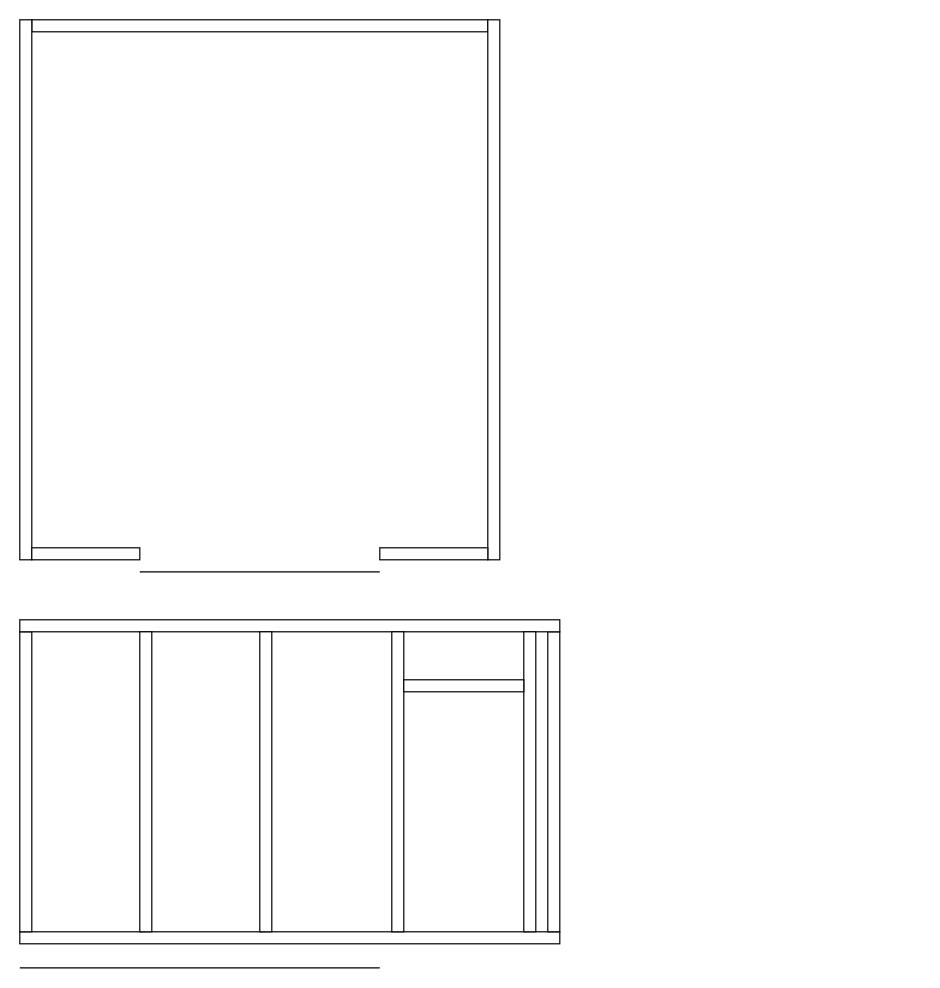
Earlier version of the draw.io diagram Garage_01.drawio (joschinger-github/garage). Source tidied: cells renumbered, new cells numbered last; positions are measured from the earlier drawing's top-left corner, leaving out a move shared by most shapes. Both pictures are drawn from the tidied source at 120%, with x=0, y=0 at pixel (19, 19).
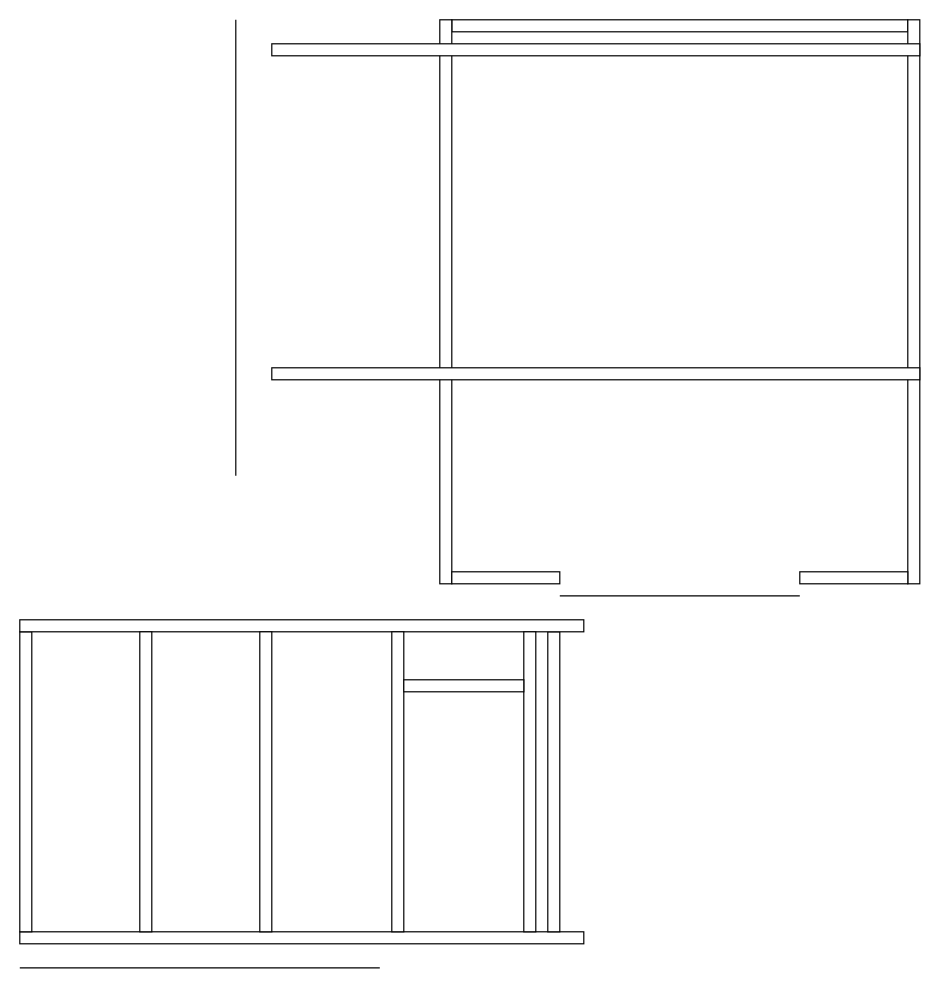
The same page after the edit.

What changed in the source:
```diff
@@
     <mxCell id="2" style="rounded=0;whiteSpace=wrap;html=1;" parent="1" vertex="1">
-      <mxGeometry x="10" width="380" height="10" as="geometry" />
+      <mxGeometry x="360" width="380" height="10" as="geometry" />
     </mxCell>
     <mxCell id="3" style="rounded=0;whiteSpace=wrap;html=1;" parent="1" vertex="1">
-      <mxGeometry width="10" height="450" as="geometry" />
+      <mxGeometry x="350" width="10" height="470" as="geometry" />
     </mxCell>
     <mxCell id="4" style="rounded=0;whiteSpace=wrap;html=1;" parent="1" vertex="1">
-      <mxGeometry x="390" width="10" height="450" as="geometry" />
+      <mxGeometry x="740" width="10" height="470" as="geometry" />
     </mxCell>
     <mxCell id="5" style="rounded=0;whiteSpace=wrap;html=1;" parent="1" vertex="1">
-      <mxGeometry x="10" y="440" width="90" height="10" as="geometry" />
+      <mxGeometry x="360" y="460" width="90" height="10" as="geometry" />
     </mxCell>
     <mxCell id="6" style="rounded=0;whiteSpace=wrap;html=1;" parent="1" vertex="1">
-      <mxGeometry x="300" y="440" width="90" height="10" as="geometry" />
+      <mxGeometry x="650" y="460" width="90" height="10" as="geometry" />
     </mxCell>
     <mxCell id="7" style="rounded=0;whiteSpace=wrap;html=1;" parent="1" vertex="1">
-      <mxGeometry y="760" width="450" height="10" as="geometry" />
+      <mxGeometry y="760" width="470" height="10" as="geometry" />
     </mxCell>
@@
     <mxCell id="10" style="rounded=0;whiteSpace=wrap;html=1;" parent="1" vertex="1">
-      <mxGeometry y="500" width="450" height="10" as="geometry" />
+      <mxGeometry y="500" width="470" height="10" as="geometry" />
     </mxCell>
@@
     <mxCell id="17" style="endArrow=none;html=1;rounded=0;" parent="1" edge="1">
       <mxGeometry relative="1" as="geometry">
-        <mxPoint x="100" y="460" as="sourcePoint" />
-        <mxPoint x="300" y="460" as="targetPoint" />
+        <mxPoint x="450" y="480" as="sourcePoint" />
+        <mxPoint x="650" y="480" as="targetPoint" />
       </mxGeometry>
     </mxCell>
+    <mxCell id="18" style="rounded=0;whiteSpace=wrap;html=1;" parent="1" vertex="1">
+      <mxGeometry x="210" y="20" width="540" height="10" as="geometry" />
+    </mxCell>
+    <mxCell id="19" style="rounded=0;whiteSpace=wrap;html=1;" parent="1" vertex="1">
+      <mxGeometry x="210" y="290" width="540" height="10" as="geometry" />
+    </mxCell>
+    <mxCell id="20" style="endArrow=none;html=1;rounded=0;" parent="1" edge="1">
+      <mxGeometry relative="1" as="geometry">
+        <mxPoint x="180" y="380" as="sourcePoint" />
+        <mxPoint x="180" as="targetPoint" />
+      </mxGeometry>
+    </mxCell>
```
